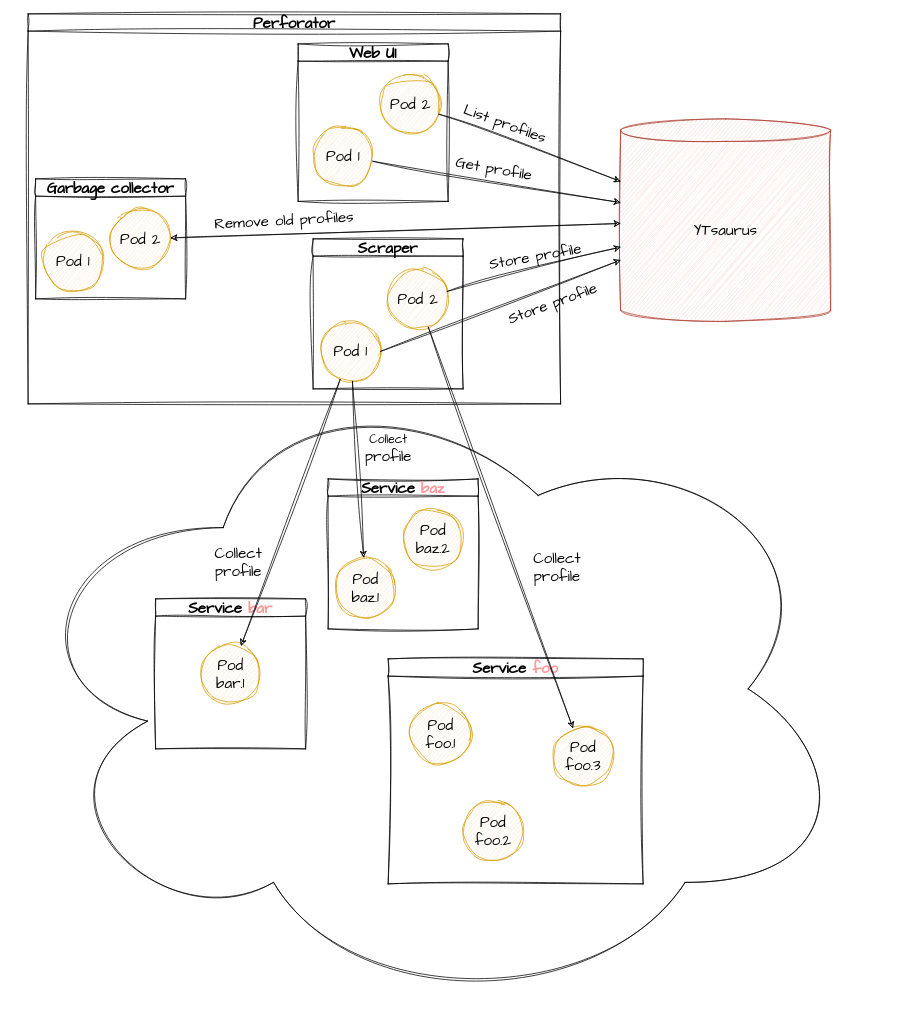
The draw.io diagram images/perforator.drawio in BigRedEye/perforator-thesis, before the edit. Source tidied: cells renumbered, new cells numbered last; positions are measured from the earlier drawing's top-left corner, leaving out a move shared by most shapes. Both pictures are drawn from the tidied source at 75%, with x=0, y=0 at pixel (13, 14).
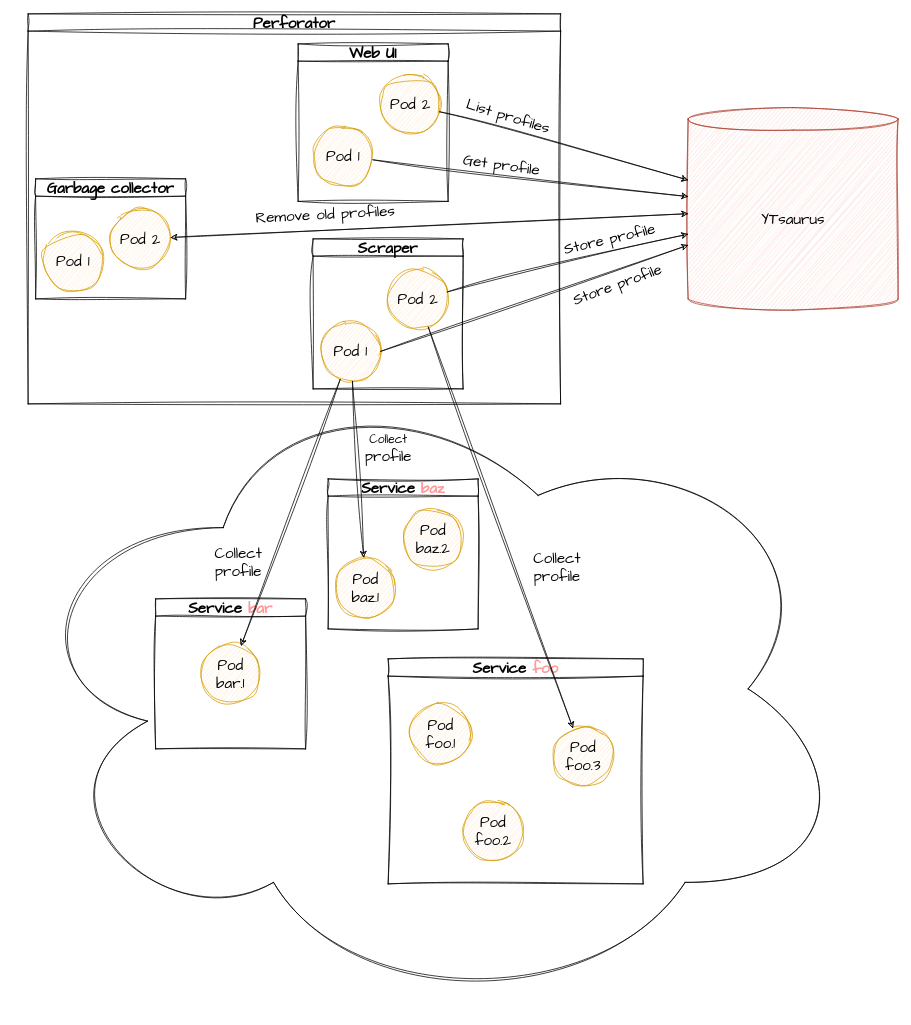
The same diagram, later.

The change refers to these unchanged cells:
```xml
<mxCell id="16" style="edgeStyle=none;rounded=0;sketch=1;hachureGap=4;jiggle=2;curveFitting=1;jettySize=auto;html=1;exitX=1;exitY=0.5;exitDx=0;exitDy=0;fontFamily=Architects Daughter;fontSize=16;" parent="1" edge="1" source="6" target="3">
  <mxGeometry relative="1" as="geometry" />
</mxCell>
<mxCell id="18" style="edgeStyle=none;jettySize=auto;html=1;rounded=0;sketch=1;hachureGap=4;jiggle=2;curveFitting=1;fontFamily=Architects Daughter;fontSize=16;" parent="1" edge="1" source="7" target="3">
  <mxGeometry relative="1" as="geometry" />
</mxCell>
<mxCell id="20" style="endArrow=classic;html=1;rounded=0;sketch=1;hachureGap=4;jiggle=2;curveFitting=1;fontFamily=Architects Daughter;fontSize=16;" parent="1" edge="1" source="13" target="3">
  <mxGeometry relative="1" as="geometry" />
</mxCell>
<mxCell id="22" style="endArrow=classic;html=1;rounded=0;sketch=1;hachureGap=4;jiggle=2;curveFitting=1;fontFamily=Architects Daughter;fontSize=16;" parent="1" edge="1" source="12" target="3">
  <mxGeometry relative="1" as="geometry" />
</mxCell>
```

What changed in the source:
```diff
@@
     <mxCell id="3" value="YTsaurus" style="shape=cylinder3;whiteSpace=wrap;html=1;boundedLbl=1;backgroundOutline=1;size=15;sketch=1;hachureGap=4;jiggle=2;curveFitting=1;fontFamily=Architects Daughter;fontSize=20;fillColor=#fad9d5;strokeColor=#ae4132;" parent="1" vertex="1">
-      <mxGeometry x="810" y="140" width="280" height="270" as="geometry" />
+      <mxGeometry x="900" y="125" width="280" height="270" as="geometry" />
     </mxCell>
@@
     <mxCell id="17" value="Store profile" style="edgeLabel;html=1;align=center;verticalAlign=middle;fontSize=20;fontFamily=Architects Daughter;labelBackgroundColor=none;rotation=-20;" parent="16" vertex="1">
       <mxGeometry x="0.35" relative="1" as="geometry">
-        <mxPoint x="12" y="18" as="offset" />
+        <mxPoint x="37" y="6" as="offset" />
       </mxGeometry>
     </mxCell>
@@
-    <mxCell id="19" value="Store profile" style="edgeLabel;html=1;align=center;verticalAlign=middle;fontSize=20;fontFamily=Architects Daughter;labelBackgroundColor=none;rotation=-10;" parent="18" vertex="1">
+    <mxCell id="19" value="Store profile" style="edgeLabel;html=1;align=center;verticalAlign=middle;fontSize=20;fontFamily=Architects Daughter;labelBackgroundColor=none;rotation=-13;" parent="18" vertex="1">
       <mxGeometry x="0.03" y="4" relative="1" as="geometry">
-        <mxPoint x="-1" y="-13" as="offset" />
+        <mxPoint x="51" y="-27" as="offset" />
       </mxGeometry>
     </mxCell>
@@
-    <mxCell id="21" value="List profiles" style="edgeLabel;html=1;align=center;verticalAlign=middle;fontSize=20;fontFamily=Architects Daughter;rotation=20;labelBackgroundColor=none;" parent="20" vertex="1">
+    <mxCell id="21" value="List profiles" style="edgeLabel;html=1;align=center;verticalAlign=middle;fontSize=20;fontFamily=Architects Daughter;rotation=17;labelBackgroundColor=none;" parent="20" vertex="1">
       <mxGeometry x="-0.08" y="-1" relative="1" as="geometry">
-        <mxPoint x="-23" y="-31" as="offset" />
+        <mxPoint x="-61" y="-38" as="offset" />
       </mxGeometry>
     </mxCell>
@@
-    <mxCell id="23" value="Get profile" style="edgeLabel;html=1;align=center;verticalAlign=middle;fontSize=20;fontFamily=Architects Daughter;labelBackgroundColor=none;rotation=10;" parent="22" vertex="1">
+    <mxCell id="23" value="Get profile" style="edgeLabel;html=1;align=center;verticalAlign=middle;fontSize=20;fontFamily=Architects Daughter;labelBackgroundColor=none;rotation=8;" parent="22" vertex="1">
       <mxGeometry x="0.02" y="1" relative="1" as="geometry">
-        <mxPoint x="-8" y="-18" as="offset" />
+        <mxPoint x="-44" y="-18" as="offset" />
       </mxGeometry>
     </mxCell>
```
